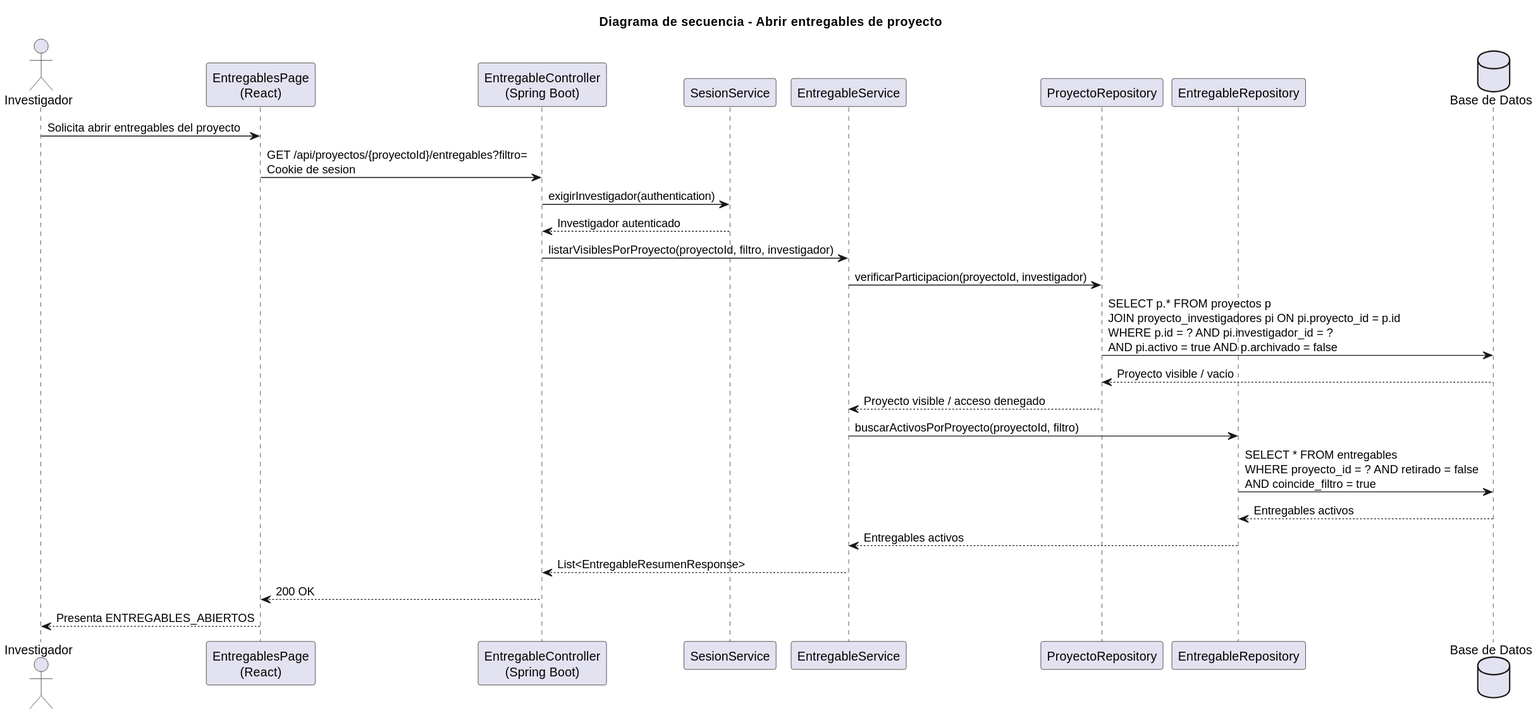
The PlantUML diagram images/RUP/02-diseño/casos-uso/investigador/abrirEntregables/secuencia.svg in beatriizorozco/25-26-idsw2-sdVC, before a commit.
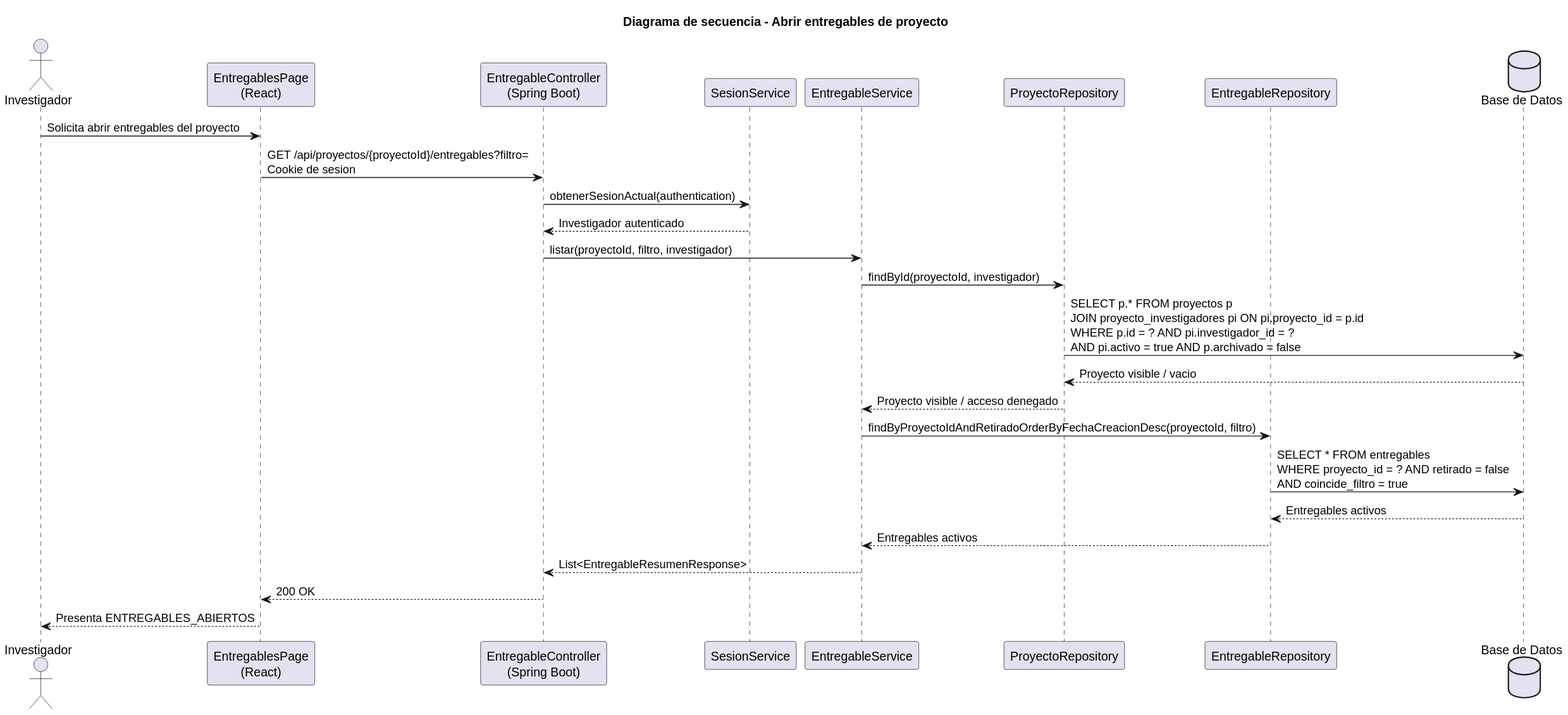
After the commit.

The edit, as a diff of the source:
```diff
@@ -11,14 +11,14 @@
 
 Investigador -> Frontend: Solicita abrir entregables del proyecto
 Frontend -> Api: GET /api/proyectos/{proyectoId}/entregables?filtro=\nCookie de sesion
-Api -> Sesion: exigirInvestigador(authentication)
+Api -> Sesion: obtenerSesionActual(authentication)
 Sesion --> Api: Investigador autenticado
-Api -> Service: listarVisiblesPorProyecto(proyectoId, filtro, investigador)
-Service -> ProyectoRepo: verificarParticipacion(proyectoId, investigador)
+Api -> Service: listar(proyectoId, filtro, investigador)
+Service -> ProyectoRepo: findById(proyectoId, investigador)
 ProyectoRepo -> DB: SELECT p.* FROM proyectos p\nJOIN proyecto_investigadores pi ON pi.proyecto_id = p.id\nWHERE p.id = ? AND pi.investigador_id = ?\nAND pi.activo = true AND p.archivado = false
 DB --> ProyectoRepo: Proyecto visible / vacio
 ProyectoRepo --> Service: Proyecto visible / acceso denegado
-Service -> Repo: buscarActivosPorProyecto(proyectoId, filtro)
+Service -> Repo: findByProyectoIdAndRetiradoOrderByFechaCreacionDesc(proyectoId, filtro)
 Repo -> DB: SELECT * FROM entregables\nWHERE proyecto_id = ? AND retirado = false\nAND coincide_filtro = true
 DB --> Repo: Entregables activos
 Repo --> Service: Entregables activos
```
